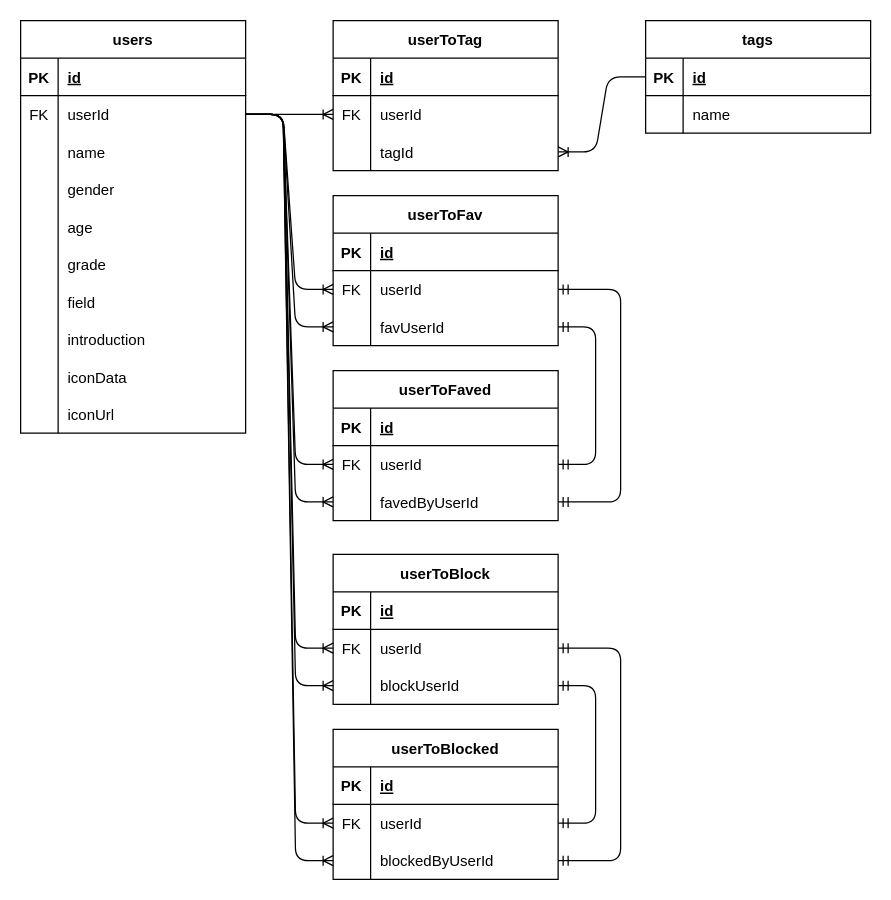
tsuki917/swagger-nitechhub keeps this draw.io diagram as er.dio. Above is the earlier version. Source tidied: cells renumbered, new cells numbered last; positions are measured from the earlier drawing's top-left corner, leaving out a move shared by most shapes. Both pictures are drawn from the tidied source at 125%, with x=0, y=0 at pixel (20, 20).
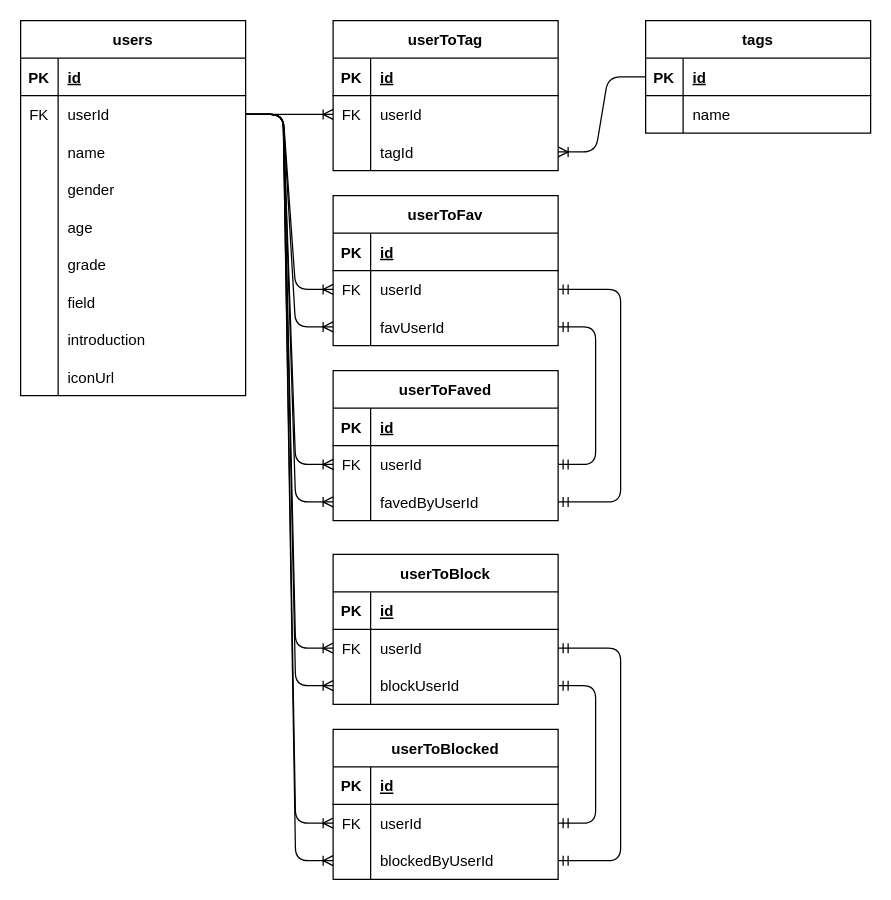
The same page after the edit.

Commit message (it also covers changes not shown here):
iconData属性を削除

What changed in the source:
```diff
@@
     <mxCell id="9" value="users" style="shape=table;startSize=30;childLayout=tableLayout;rowLines=0;fontStyle=1;align=center;" parent="1" vertex="1">
-      <mxGeometry width="180" height="330" as="geometry" />
+      <mxGeometry width="180" height="300" as="geometry" />
     </mxCell>
@@
-    <mxCell id="34" style="shape=tableRow;horizontal=0;startSize=0;swimlaneHead=0;swimlaneBody=0;fillColor=none;top=0;left=0;right=0;bottom=0;" parent="9" vertex="1">
-      <mxGeometry y="270" width="180" height="30" as="geometry" />
-    </mxCell>
-    <mxCell id="35" style="shape=partialRectangle;fillColor=none;top=0;left=0;bottom=0;right=0;overflow=hidden;" parent="34" vertex="1">
-      <mxGeometry width="30" height="30" as="geometry" />
-    </mxCell>
-    <mxCell id="36" value="iconData" style="shape=partialRectangle;fillColor=none;top=0;left=0;bottom=0;right=0;align=left;spacingLeft=6;overflow=hidden;" parent="34" vertex="1">
-      <mxGeometry x="30" width="150" height="30" as="geometry" />
-    </mxCell>
     <mxCell id="37" style="shape=tableRow;horizontal=0;startSize=0;swimlaneHead=0;swimlaneBody=0;fillColor=none;top=0;left=0;right=0;bottom=0;" parent="9" vertex="1">
-      <mxGeometry y="300" width="180" height="30" as="geometry" />
+      <mxGeometry y="270" width="180" height="30" as="geometry" />
     </mxCell>
```
